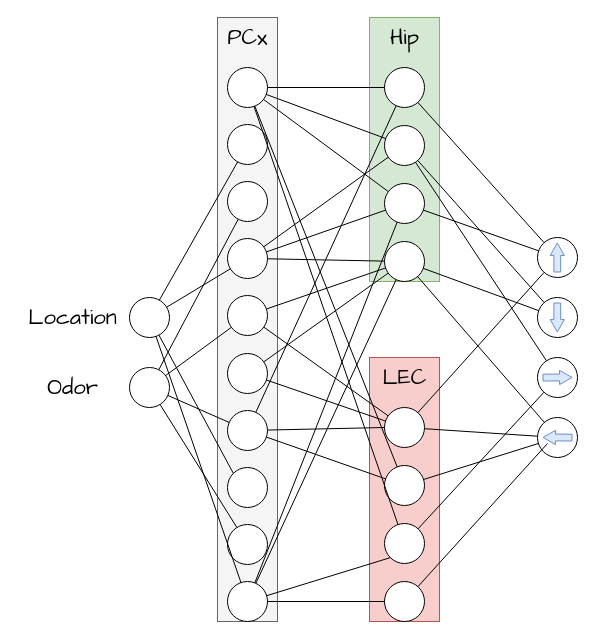
NiloufarRazmi/RL_Olfaction keeps this draw.io diagram as page "split-feedback" (2 of 2) of docs/2023-11-20_Joint_RL_meeting/img/nn-architecture.drawio. Above is the earlier version. Source tidied: cells renumbered, new cells numbered last; positions are measured from the earlier drawing's top-left corner, leaving out a move shared by most shapes. Both pictures are drawn from the tidied source at 100%, with x=0, y=0 at pixel (17, 17).
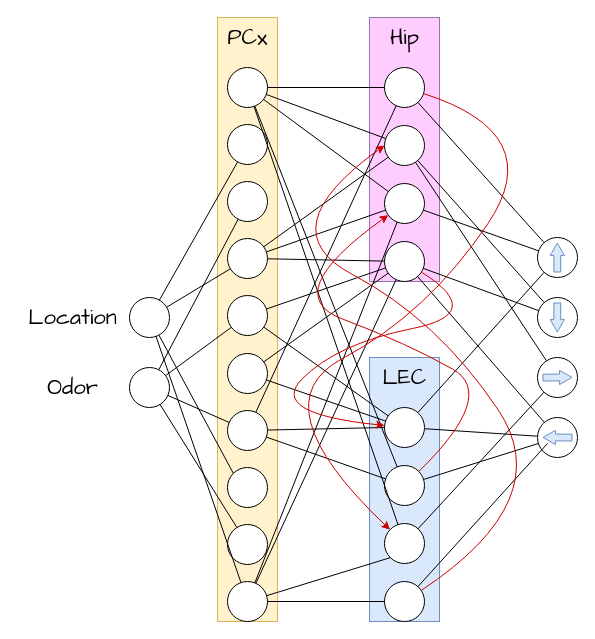
The same page after the edit.

Commit message (it also covers changes not shown here):
wrap NN in function + update NN archi schema

The change refers to these unchanged cells:
```xml
<mxCell id="32" style="ellipse;whiteSpace=wrap;html=1;" parent="31" vertex="1">
  <mxGeometry x="15" y="50" width="40" height="40" as="geometry" />
</mxCell>
<mxCell id="33" style="ellipse;whiteSpace=wrap;html=1;" parent="31" vertex="1">
  <mxGeometry x="15" y="108" width="40" height="40" as="geometry" />
</mxCell>
<mxCell id="34" style="ellipse;whiteSpace=wrap;html=1;" parent="31" vertex="1">
  <mxGeometry x="15" y="166" width="40" height="40" as="geometry" />
</mxCell>
<mxCell id="35" style="ellipse;whiteSpace=wrap;html=1;" parent="31" vertex="1">
  <mxGeometry x="15" y="224" width="40" height="40" as="geometry" />
</mxCell>
<mxCell id="38" style="ellipse;whiteSpace=wrap;html=1;" parent="37" vertex="1">
  <mxGeometry x="15" y="50" width="40" height="40" as="geometry" />
</mxCell>
<mxCell id="39" style="ellipse;whiteSpace=wrap;html=1;" parent="37" vertex="1">
  <mxGeometry x="15" y="108" width="40" height="40" as="geometry" />
</mxCell>
<mxCell id="40" style="ellipse;whiteSpace=wrap;html=1;" parent="37" vertex="1">
  <mxGeometry x="15" y="166" width="40" height="40" as="geometry" />
</mxCell>
<mxCell id="41" style="ellipse;whiteSpace=wrap;html=1;" parent="37" vertex="1">
  <mxGeometry x="15" y="224" width="40" height="40" as="geometry" />
</mxCell>
```

The edit, as a diff of the source:
```diff
@@
-    <mxCell id="2" style="group;fillColor=#f5f5f5;fontColor=#333333;strokeColor=#666666;" parent="1" vertex="1">
+    <mxCell id="2" style="group;fillColor=#fff2cc;strokeColor=#d6b656;" parent="1" vertex="1">
       <mxGeometry x="200" width="60" height="604" as="geometry" />
     </mxCell>
@@
-    <mxCell id="31" style="group;fillColor=#f8cecc;strokeColor=#b85450;" parent="1" vertex="1">
+    <mxCell id="31" style="group;fillColor=#dae8fc;strokeColor=#6c8ebf;" parent="1" vertex="1">
       <mxGeometry x="352" y="340" width="70" height="264" as="geometry" />
     </mxCell>
@@
-    <mxCell id="37" style="group;fillColor=#d5e8d4;strokeColor=#82b366;" parent="1" vertex="1">
+    <mxCell id="37" style="group;fillColor=#FFCCFF;strokeColor=#9673a6;" parent="1" vertex="1">
       <mxGeometry x="352" width="70" height="264" as="geometry" />
     </mxCell>
@@
+    <mxCell id="81" style="curved=1;endArrow=classic;html=1;rounded=0;strokeWidth=1;strokeColor=#CC0000;" parent="1" edge="1" source="38" target="34">
+      <mxGeometry relative="1" as="geometry">
+        <Array as="points">
+          <mxPoint x="531" y="116" />
+          <mxPoint x="410" y="296" />
+          <mxPoint x="240" y="386" />
+        </Array>
+      </mxGeometry>
+    </mxCell>
+    <mxCell id="82" style="curved=1;endArrow=classic;html=1;rounded=0;strokeWidth=1;strokeColor=#CC0000;" parent="1" edge="1" source="41" target="32">
+      <mxGeometry relative="1" as="geometry">
+        <Array as="points">
+          <mxPoint x="470" y="296" />
+          <mxPoint x="320" y="326" />
+          <mxPoint x="250" y="396" />
+        </Array>
+      </mxGeometry>
+    </mxCell>
+    <mxCell id="83" style="curved=1;endArrow=classic;html=1;rounded=0;strokeWidth=1;strokeColor=#CC0000;entryX=0;entryY=0.5;entryDx=0;entryDy=0;" parent="1" edge="1" source="35" target="39">
+      <mxGeometry relative="1" as="geometry">
+        <Array as="points">
+          <mxPoint x="541" y="482" />
+          <mxPoint x="420" y="302" />
+          <mxPoint x="250" y="212" />
+        </Array>
+      </mxGeometry>
+    </mxCell>
+    <mxCell id="84" style="curved=1;endArrow=classic;html=1;rounded=0;strokeWidth=1;strokeColor=#CC0000;" parent="1" edge="1" source="33" target="40">
+      <mxGeometry relative="1" as="geometry">
+        <Array as="points">
+          <mxPoint x="480" y="377" />
+          <mxPoint x="390" y="326" />
+          <mxPoint x="260" y="277" />
+        </Array>
+      </mxGeometry>
+    </mxCell>
```
